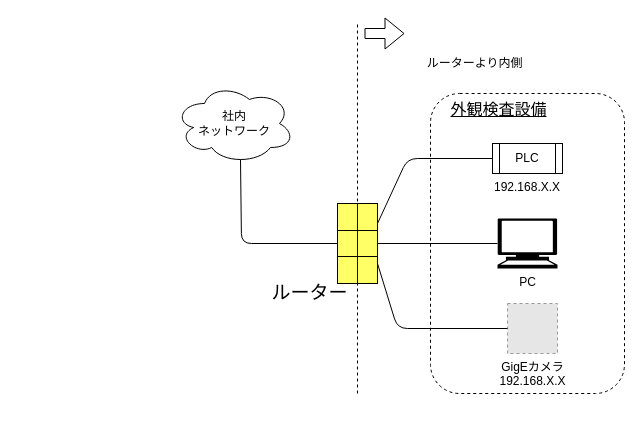
Flamingo-G/hello-world keeps this draw.io diagram as images/net.drawio. Above is the earlier version. Source tidied: cells renumbered, new cells numbered last; positions are measured from the earlier drawing's top-left corner, leaving out a move shared by most shapes. Both pictures are drawn from the tidied source at 100%, with x=0, y=0 at pixel (174, 23). Pictures stored in the file or linked from it are replaced by grey dashed boxes.
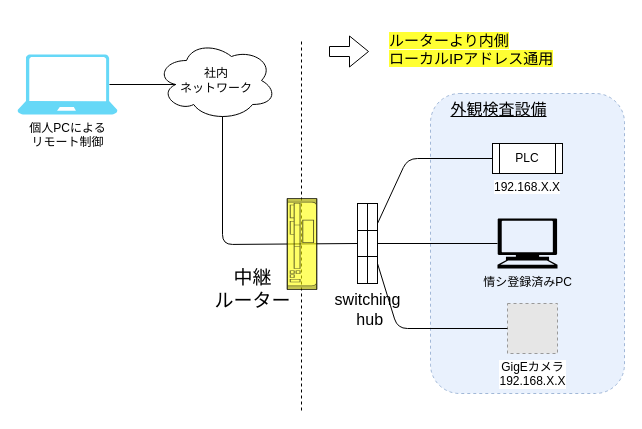
Above is the later version.

Commit message:
net.drawio を更新します

What changed in the source:
```diff
@@
-    <mxCell id="2" style="rounded=1;whiteSpace=wrap;html=1;dashed=1;" parent="1" vertex="1">
+    <mxCell id="2" style="rounded=1;whiteSpace=wrap;html=1;dashed=1;labelBackgroundColor=none;fillColor=#dae8fc;strokeColor=#6c8ebf;opacity=60;" parent="1" vertex="1">
       <mxGeometry x="256" y="70" width="194" height="300" as="geometry" />
     </mxCell>
-    <mxCell id="3" value="PC" style="shape=mxgraph.signs.tech.computer;html=1;fillColor=#000000;strokeColor=none;verticalLabelPosition=bottom;verticalAlign=top;align=center;" parent="1" vertex="1">
+    <mxCell id="3" value="情シ登録済みPC" style="shape=mxgraph.signs.tech.computer;html=1;fillColor=#000000;strokeColor=none;verticalLabelPosition=bottom;verticalAlign=top;align=center;" parent="1" vertex="1">
       <mxGeometry x="323" y="195" width="60" height="50" as="geometry" />
     </mxCell>
     <mxCell id="4" value="社内&lt;br&gt;ネットワーク" style="ellipse;shape=cloud;whiteSpace=wrap;html=1;" parent="1" vertex="1">
-      <mxGeometry y="60" width="120" height="80" as="geometry" />
+      <mxGeometry x="-18" y="17" width="120" height="80" as="geometry" />
     </mxCell>
-    <mxCell id="5" style="shape=process;whiteSpace=wrap;html=1;backgroundOutline=1;size=0.3333333333333333;rotation=90;fillColor=#FFFF66;" parent="1" vertex="1">
-      <mxGeometry x="143" y="200" width="80" height="40" as="geometry" />
+    <mxCell id="5" style="shape=process;whiteSpace=wrap;html=1;backgroundOutline=1;size=0.3333333333333333;rotation=90;fillColor=#FFFFFF;" parent="1" vertex="1">
+      <mxGeometry x="153" y="210" width="80" height="20" as="geometry" />
     </mxCell>
@@
     <mxCell id="10" style="endArrow=none;html=1;entryX=0.55;entryY=0.95;entryDx=0;entryDy=0;exitX=0.5;exitY=1;exitDx=0;exitDy=0;entryPerimeter=0;" parent="1" edge="1" source="5" target="4">
       <mxGeometry relative="1" as="geometry">
         <Array as="points">
-          <mxPoint x="67" y="220" />
+          <mxPoint x="48" y="221" />
         </Array>
       </mxGeometry>
     </mxCell>
@@
-    <mxCell id="14" value="&lt;font style=&quot;font-size: 19px&quot;&gt;ルーター&lt;/font&gt;" style="text;html=1;align=center;verticalAlign=middle;" parent="1" vertex="1">
-      <mxGeometry x="90" y="260" width="90" height="20" as="geometry" />
+    <mxCell id="14" value="&lt;font style=&quot;font-size: 19px&quot;&gt;中継&lt;br&gt;ルーター&lt;/font&gt;" style="text;html=1;align=center;verticalAlign=middle;" parent="1" vertex="1">
+      <mxGeometry x="33" y="245.5" width="90" height="40" as="geometry" />
     </mxCell>
-    <mxCell id="15" style="endArrow=none;dashed=1;html=1;" parent="1" edge="1">
-      <mxGeometry relative="1" as="geometry">
-        <mxPoint x="183" y="370" as="sourcePoint" />
-        <mxPoint x="183" as="targetPoint" />
-      </mxGeometry>
-    </mxCell>
     <mxCell id="16" style="shape=flexArrow;endArrow=classic;html=1;" parent="1" edge="1">
       <mxGeometry relative="1" as="geometry">
-        <mxPoint x="190" y="10" as="sourcePoint" />
-        <mxPoint x="230" y="10" as="targetPoint" />
+        <mxPoint x="154.5" y="28" as="sourcePoint" />
+        <mxPoint x="194.5" y="28" as="targetPoint" />
       </mxGeometry>
     </mxCell>
-    <mxCell id="17" value="ルーターより内側" style="text;html=1;align=center;verticalAlign=middle;" parent="1" vertex="1">
-      <mxGeometry x="245" y="30" width="110" height="20" as="geometry" />
+    <mxCell id="17" value="&lt;font style=&quot;font-size: 15px&quot;&gt;&lt;span style=&quot;background-color: rgb(255 , 255 , 51)&quot;&gt;ルーターより内側&lt;br&gt;ローカルIPアドレス通用&lt;/span&gt;&lt;br&gt;&lt;/font&gt;" style="text;html=1;align=left;verticalAlign=middle;" parent="1" vertex="1">
+      <mxGeometry x="213" y="11" width="180" height="30" as="geometry" />
     </mxCell>
@@
+    <mxCell id="20" value="個人PCによる&lt;br&gt;リモート制御" style="verticalLabelPosition=bottom;html=1;verticalAlign=top;align=center;strokeColor=none;fillColor=#00BEF2;shape=mxgraph.azure.laptop;dashed=1;labelBackgroundColor=none;opacity=60;" parent="1" vertex="1">
+      <mxGeometry x="-157" y="31" width="100" height="60" as="geometry" />
+    </mxCell>
+    <mxCell id="21" style="endArrow=none;html=1;entryX=0.92;entryY=0.5;entryDx=0;entryDy=0;entryPerimeter=0;exitX=0.16;exitY=0.55;exitDx=0;exitDy=0;exitPerimeter=0;" parent="1" edge="1" source="4" target="20">
+      <mxGeometry relative="1" as="geometry" />
+    </mxCell>
+    <mxCell id="15" style="endArrow=none;dashed=1;html=1;" parent="1" edge="1">
+      <mxGeometry relative="1" as="geometry">
+        <mxPoint x="127" y="387" as="sourcePoint" />
+        <mxPoint x="127" y="17" as="targetPoint" />
+      </mxGeometry>
+    </mxCell>
+    <mxCell id="22" value="&lt;span style=&quot;font-size: 16px&quot;&gt;switching&lt;br&gt;&amp;nbsp;hub&lt;/span&gt;" style="text;html=1;align=center;verticalAlign=middle;" parent="1" vertex="1">
+      <mxGeometry x="153" y="271" width="80" height="30" as="geometry" />
+    </mxCell>
+    <mxCell id="23" style="shape=mxgraph.rack.cisco.cisco_1941_series_integrated_services_router;html=1;labelPosition=right;align=left;spacingLeft=15;dashed=0;shadow=0;labelBackgroundColor=none;opacity=60;rotation=90;fillColor=#FFFF00;" parent="1" vertex="1">
+      <mxGeometry x="82" y="205.5" width="91" height="30" as="geometry" />
+    </mxCell>
```
